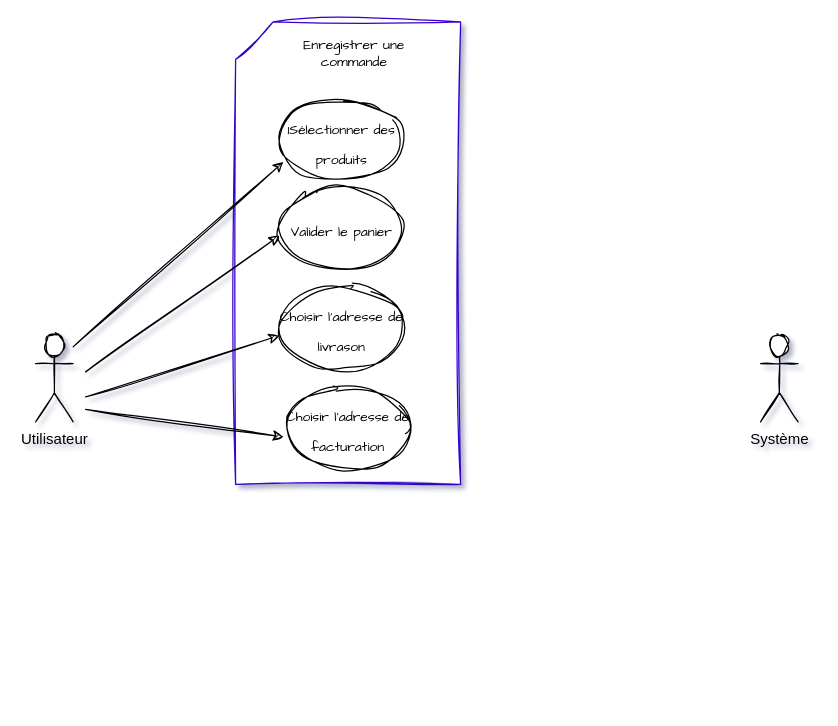
The draw.io diagram UML/diagramme/casUtilisationEnregistrer.drawio in DioufFLR/TheGoldenGun, before the edit. Source tidied: cells renumbered, new cells numbered last; positions are measured from the earlier drawing's top-left corner, leaving out a move shared by most shapes. Both pictures are drawn from the tidied source at 125%, with x=0, y=0 at pixel (35, 21).
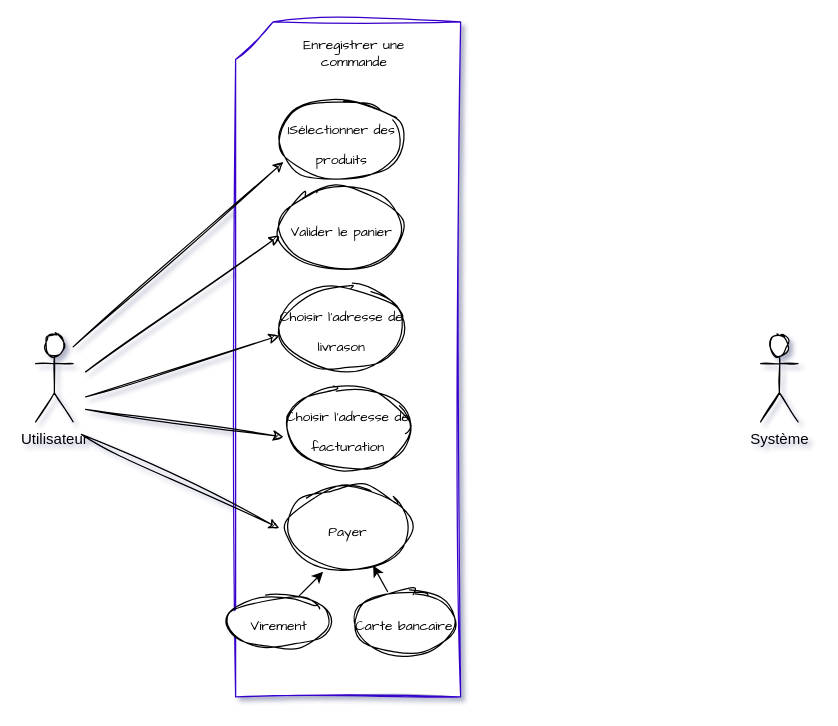
The same diagram, later.

Commit message:
:hammer: Ajout de diagramme des cas d'utlisations

Change to the diagram source:
```diff
@@
     <mxCell id="2" style="shape=card;whiteSpace=wrap;html=1;sketch=1;hachureGap=4;jiggle=2;fontFamily=Architects Daughter;fontSize=20;fillColor=default;fontColor=#ffffff;strokeColor=#3700CC;gradientColor=none;gradientDirection=radial;" parent="1" vertex="1">
-      <mxGeometry x="160" width="180" height="370" as="geometry" />
+      <mxGeometry x="160" width="180" height="540" as="geometry" />
     </mxCell>
@@
+    <mxCell id="14" value="&lt;font style=&quot;font-size: 11px;&quot;&gt;Payer&lt;br&gt;&lt;/font&gt;" style="ellipse;whiteSpace=wrap;html=1;sketch=1;hachureGap=4;jiggle=2;fontFamily=Architects Daughter;fontSize=20;" parent="1" vertex="1">
+      <mxGeometry x="195" y="370" width="110" height="70" as="geometry" />
+    </mxCell>
+    <mxCell id="15" style="endArrow=classic;html=1;rounded=0;sketch=1;hachureGap=4;jiggle=2;fontFamily=Architects Daughter;fontSize=11;entryX=0;entryY=0.5;entryDx=0;entryDy=0;" parent="1" edge="1" target="14">
+      <mxGeometry relative="1" as="geometry">
+        <mxPoint x="36.6" y="330" as="sourcePoint" />
+      </mxGeometry>
+    </mxCell>
+    <mxCell id="16" value="&lt;font style=&quot;font-size: 11px;&quot;&gt;Carte bancaire&lt;br&gt;&lt;/font&gt;" style="ellipse;whiteSpace=wrap;html=1;sketch=1;hachureGap=4;jiggle=2;fontFamily=Architects Daughter;fontSize=20;" parent="1" vertex="1">
+      <mxGeometry x="250" y="455" width="90" height="50" as="geometry" />
+    </mxCell>
+    <mxCell id="17" value="&lt;font style=&quot;font-size: 11px;&quot;&gt;Virement&lt;br&gt;&lt;/font&gt;" style="ellipse;whiteSpace=wrap;html=1;sketch=1;hachureGap=4;jiggle=2;fontFamily=Architects Daughter;fontSize=20;" parent="1" vertex="1">
+      <mxGeometry x="150" y="460" width="90" height="40" as="geometry" />
+    </mxCell>
+    <mxCell id="18" style="endArrow=classic;html=1;rounded=0;" parent="1" edge="1">
+      <mxGeometry relative="1" as="geometry">
+        <mxPoint x="210" y="460" as="sourcePoint" />
+        <mxPoint x="230" y="440" as="targetPoint" />
+      </mxGeometry>
+    </mxCell>
+    <mxCell id="19" style="endArrow=classic;html=1;rounded=0;" parent="1" edge="1" source="16">
+      <mxGeometry relative="1" as="geometry">
+        <mxPoint x="270" y="435" as="targetPoint" />
+      </mxGeometry>
+    </mxCell>
```
